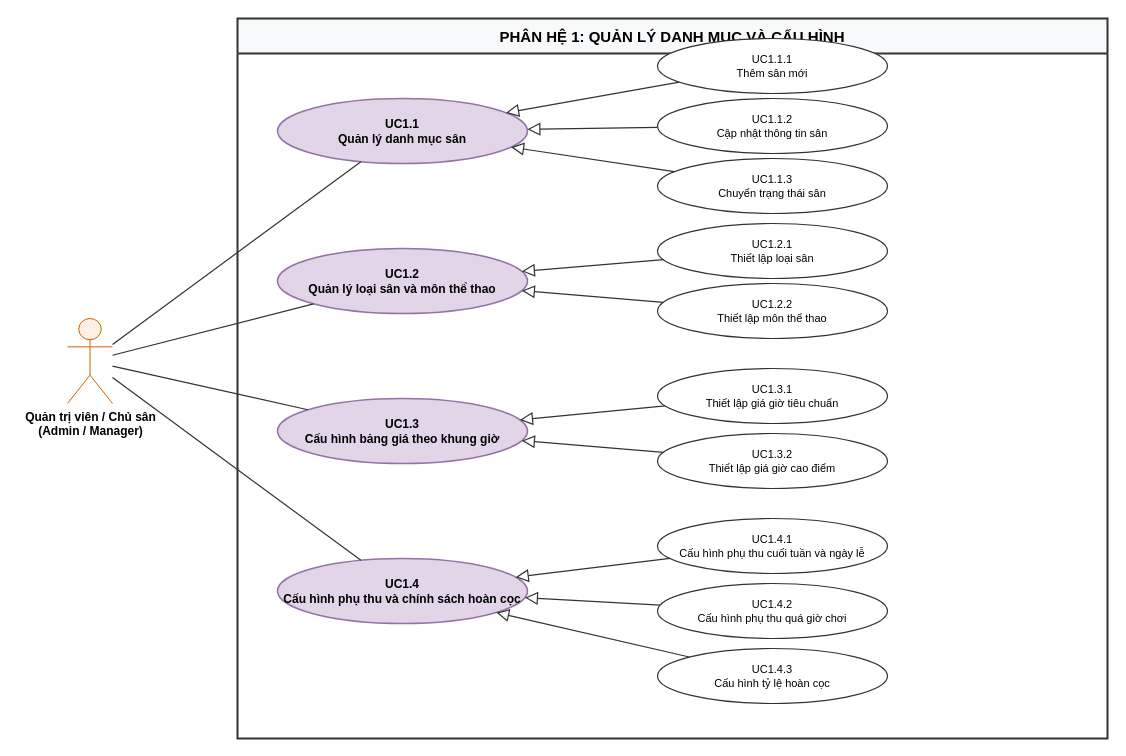
This is page "01_PH1_DanhMuc_CauHinh" (2 of 7) of BTH/BTH3_UsecaseDiagram/DoAn_OOAD_UseCaseDiagram.drawio from nphat-code/DoAn-OOAD-SGU, a draw.io file, before an edit. Source tidied: cells renumbered, new cells numbered last; positions are measured from the earlier drawing's top-left corner, leaving out a move shared by most shapes. Both pictures are drawn from the tidied source at 100%, with x=0, y=0 at pixel (67, 18).
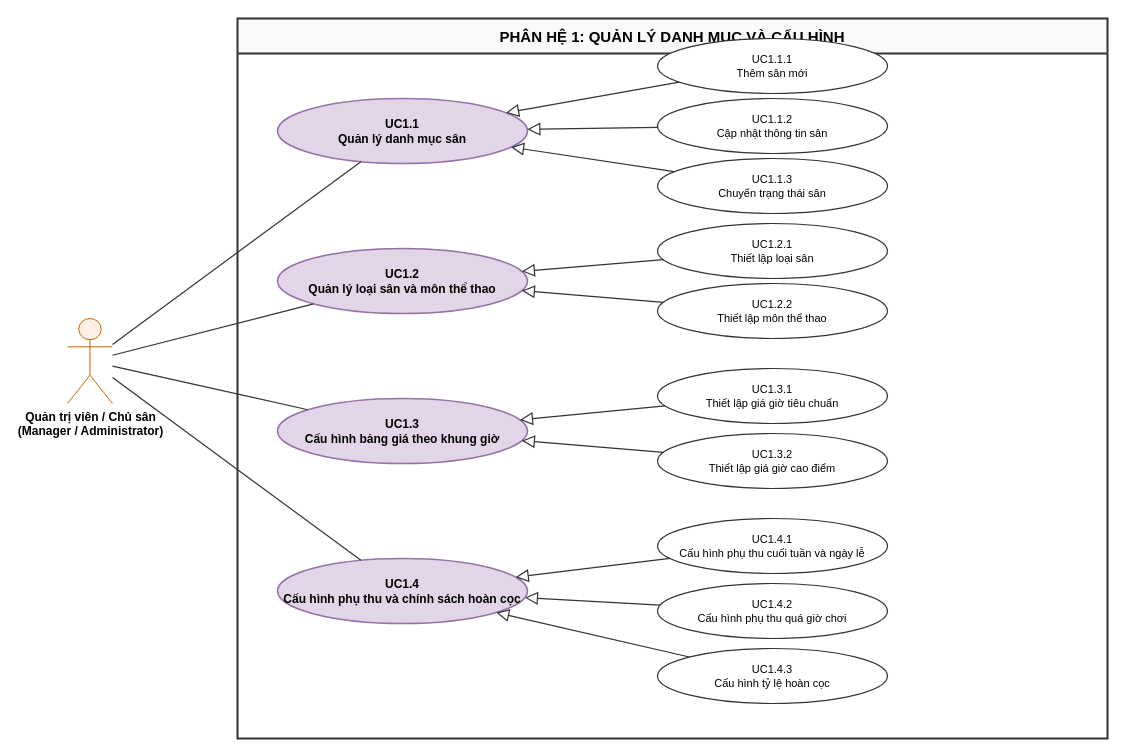
The same page after the edit.

Diff of the diagram source:
```diff
@@
-    <mxCell id="3" value="Quản trị viên / Chủ sân&#10;(Admin / Manager)" style="shape=umlActor;verticalLabelPosition=bottom;verticalAlign=top;html=1;outlineConnect=0;fontFamily=Helvetica;fontSize=12;fontStyle=1;strokeColor=#CC6600;fillColor=#FFF0E6;" parent="1" vertex="1">
+    <mxCell id="3" value="Quản trị viên / Chủ sân&#10;(Manager / Administrator)" style="shape=umlActor;verticalLabelPosition=bottom;verticalAlign=top;html=1;outlineConnect=0;fontFamily=Helvetica;fontSize=12;fontStyle=1;strokeColor=#CC6600;fillColor=#FFF0E6;" parent="1" vertex="1">
       <mxGeometry y="300" width="45" height="85" as="geometry" />
     </mxCell>
```
